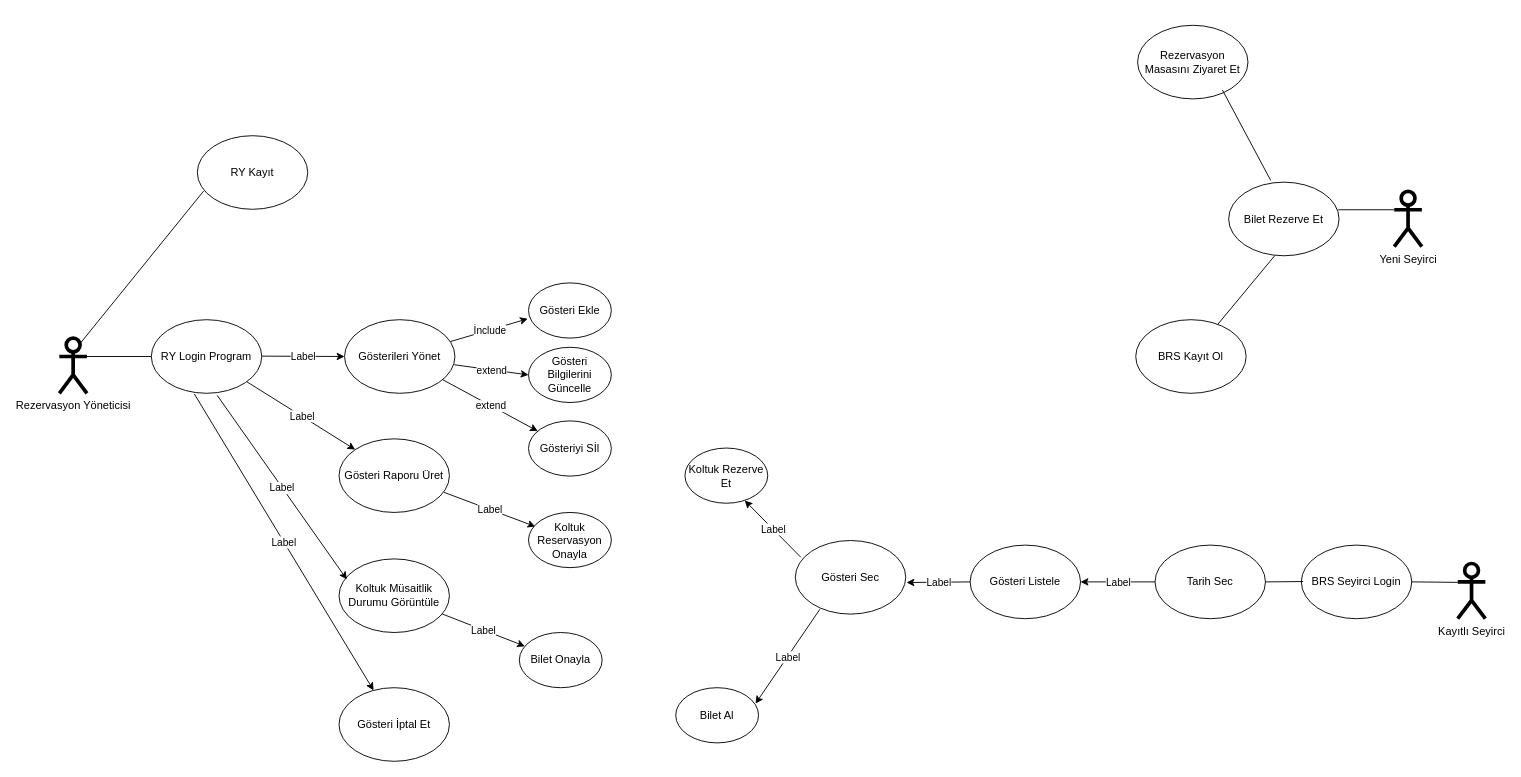
Before: TBS USE_CASE_DIAGRAM.drawio in hhasanguclu/use_case_diagram, a draw.io diagram. Source tidied: cells renumbered, new cells numbered last; positions are measured from the earlier drawing's top-left corner, leaving out a move shared by most shapes. Both pictures are drawn from the tidied source at 92%, with x=0, y=0 at pixel (59, 25).
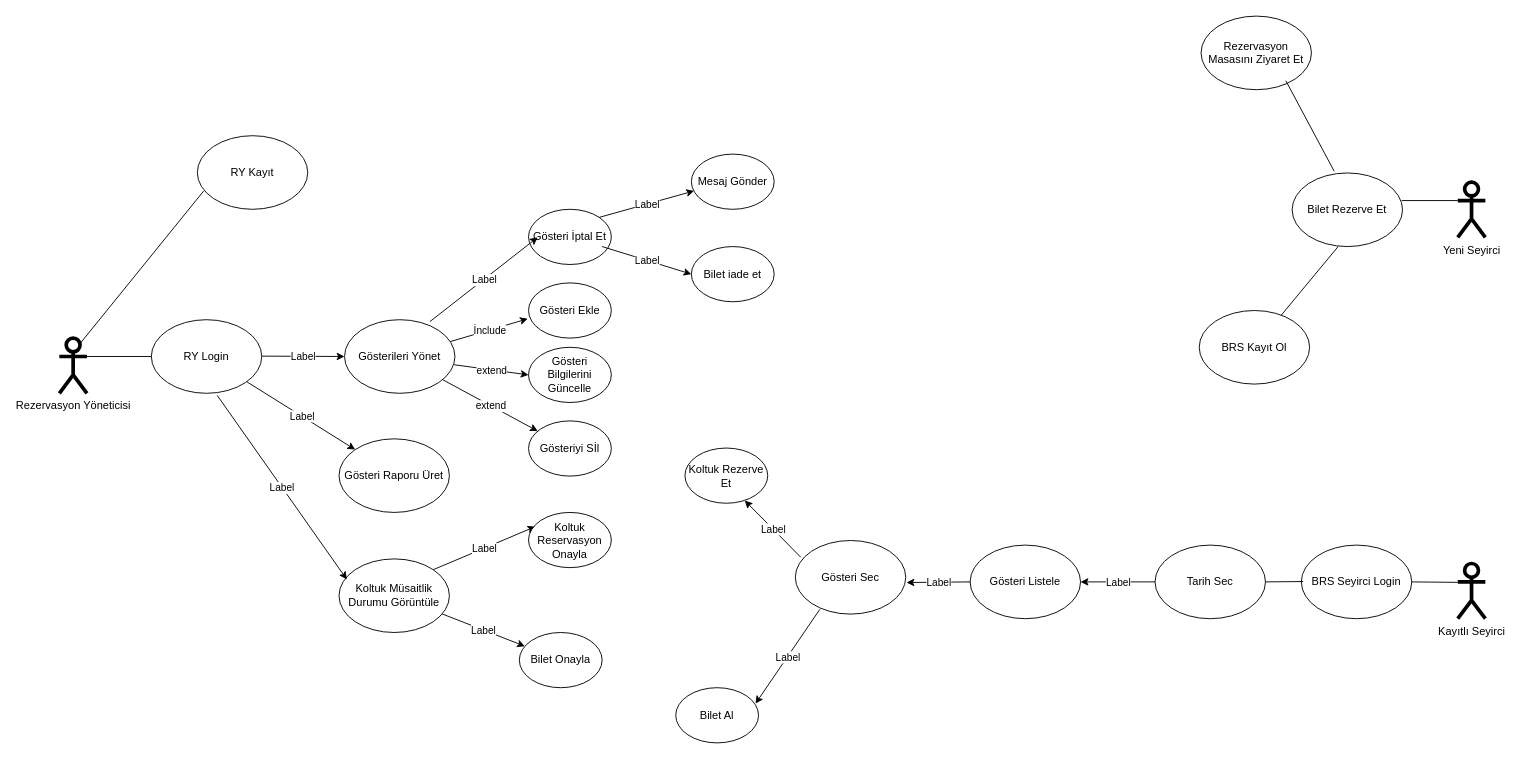
After the change.

The change refers to these unchanged cells:
```xml
<mxCell id="6" value="Gösterileri Yönet" style="ellipse;whiteSpace=wrap;html=1;" parent="1" vertex="1">
  <mxGeometry x="310" y="320" width="120" height="80" as="geometry" />
</mxCell>
<mxCell id="10" value="Gösteri Raporu Üret" style="ellipse;whiteSpace=wrap;html=1;" parent="1" vertex="1">
  <mxGeometry x="304" y="449.5" width="120" height="80" as="geometry" />
</mxCell>
<mxCell id="11" value="Koltuk Müsaitlik Durumu Görüntüle" style="ellipse;whiteSpace=wrap;html=1;" parent="1" vertex="1">
  <mxGeometry x="304" y="580" width="120" height="80" as="geometry" />
</mxCell>
<mxCell id="26" value="Koltuk Reservasyon Onayla" style="ellipse;whiteSpace=wrap;html=1;" parent="1" vertex="1">
  <mxGeometry x="510" y="529.5" width="90" height="60" as="geometry" />
</mxCell>
```

What changed in the source:
```diff
@@
-    <mxCell id="4" value="RY Login Program" style="ellipse;whiteSpace=wrap;html=1;" parent="1" vertex="1">
+    <mxCell id="4" value="RY Login" style="ellipse;whiteSpace=wrap;html=1;" parent="1" vertex="1">
       <mxGeometry x="100" y="320" width="120" height="80" as="geometry" />
     </mxCell>
@@
-    <mxCell id="21" value="Gösteri İptal Et" style="ellipse;whiteSpace=wrap;html=1;" parent="1" vertex="1">
-      <mxGeometry x="304" y="720" width="120" height="80" as="geometry" />
-    </mxCell>
     <mxCell id="22" value="Yeni Seyirci" style="shape=umlActor;verticalLabelPosition=bottom;verticalAlign=top;html=1;strokeWidth=4;" parent="1" vertex="1">
-      <mxGeometry x="1451" y="180.5" width="30" height="60" as="geometry" />
+      <mxGeometry x="1520" y="170.5" width="30" height="60" as="geometry" />
     </mxCell>
@@
-    <mxCell id="24" style="endArrow=classic;html=1;entryX=0.083;entryY=0.256;entryDx=0;entryDy=0;entryPerimeter=0;exitX=0.951;exitY=0.727;exitDx=0;exitDy=0;exitPerimeter=0;" parent="1" edge="1" source="10" target="26">
+    <mxCell id="24" style="endArrow=classic;html=1;entryX=0.083;entryY=0.256;entryDx=0;entryDy=0;entryPerimeter=0;exitX=1;exitY=0;exitDx=0;exitDy=0;" parent="1" edge="1" source="11" target="26">
       <mxGeometry relative="1" as="geometry" />
     </mxCell>
@@
-    <mxCell id="33" style="endArrow=classic;html=1;exitX=0.389;exitY=1.008;exitDx=0;exitDy=0;exitPerimeter=0;" parent="1" edge="1" source="4" target="21">
-      <mxGeometry relative="1" as="geometry" />
-    </mxCell>
-    <mxCell id="34" value="Label" style="edgeLabel;html=1;align=center;verticalAlign=middle;" parent="33" vertex="1">
-      <mxGeometry relative="1" as="geometry" />
-    </mxCell>
     <mxCell id="35" value="Bilet Rezerve Et" style="ellipse;whiteSpace=wrap;html=1;" parent="1" vertex="1">
-      <mxGeometry x="1271" y="170.5" width="120" height="80" as="geometry" />
+      <mxGeometry x="1340" y="160.5" width="120" height="80" as="geometry" />
     </mxCell>
     <mxCell id="36" style="endArrow=none;html=1;exitX=0.992;exitY=0.375;exitDx=0;exitDy=0;exitPerimeter=0;" parent="1" edge="1" source="35">
       <mxGeometry relative="1" as="geometry">
-        <mxPoint x="1451" y="200.5" as="targetPoint" />
+        <mxPoint x="1520" y="190.5" as="targetPoint" />
       </mxGeometry>
     </mxCell>
     <mxCell id="37" value="Rezervasyon Masasını Ziyaret Et" style="ellipse;whiteSpace=wrap;html=1;" parent="1" vertex="1">
-      <mxGeometry x="1172" width="120" height="80" as="geometry" />
+      <mxGeometry x="1241" y="-10" width="120" height="80" as="geometry" />
     </mxCell>
     <mxCell id="38" value="BRS Kayıt Ol" style="ellipse;whiteSpace=wrap;html=1;" parent="1" vertex="1">
-      <mxGeometry x="1170" y="320" width="120" height="80" as="geometry" />
+      <mxGeometry x="1239" y="310" width="120" height="80" as="geometry" />
     </mxCell>
     <mxCell id="39" style="endArrow=none;html=1;entryX=0.381;entryY=-0.023;entryDx=0;entryDy=0;entryPerimeter=0;exitX=0.943;exitY=0.748;exitDx=0;exitDy=0;exitPerimeter=0;" parent="1" edge="1" target="35">
       <mxGeometry relative="1" as="geometry">
-        <mxPoint x="1264.2" y="70.3" as="sourcePoint" />
+        <mxPoint x="1333.2" y="60.3" as="sourcePoint" />
       </mxGeometry>
     </mxCell>
     <mxCell id="40" style="endArrow=none;html=1;" parent="1" edge="1" source="38">
       <mxGeometry relative="1" as="geometry">
-        <mxPoint x="1321" y="250.5" as="targetPoint" />
+        <mxPoint x="1390" y="240.5" as="targetPoint" />
       </mxGeometry>
     </mxCell>
@@
+    <mxCell id="58" value="Mesaj Gönder" style="ellipse;whiteSpace=wrap;html=1;" parent="1" vertex="1">
+      <mxGeometry x="687" y="140" width="90" height="60" as="geometry" />
+    </mxCell>
+    <mxCell id="59" value="Bilet iade et" style="ellipse;whiteSpace=wrap;html=1;" parent="1" vertex="1">
+      <mxGeometry x="687" y="240.5" width="90" height="60" as="geometry" />
+    </mxCell>
+    <mxCell id="21" value="Gösteri İptal Et" style="ellipse;whiteSpace=wrap;html=1;" parent="1" vertex="1">
+      <mxGeometry x="510" y="200" width="90" height="60" as="geometry" />
+    </mxCell>
+    <mxCell id="60" style="endArrow=classic;html=1;entryX=0;entryY=0.5;entryDx=0;entryDy=0;exitX=0.774;exitY=0.025;exitDx=0;exitDy=0;exitPerimeter=0;" parent="1" edge="1" source="6">
+      <mxGeometry relative="1" as="geometry">
+        <mxPoint x="520" y="230.4" as="targetPoint" />
+      </mxGeometry>
+    </mxCell>
+    <mxCell id="61" value="Label" style="edgeLabel;html=1;align=center;verticalAlign=middle;" parent="60" vertex="1">
+      <mxGeometry relative="1" as="geometry" />
+    </mxCell>
+    <mxCell id="62" style="endArrow=classic;html=1;entryX=0;entryY=0.5;entryDx=0;entryDy=0;" parent="1" edge="1" target="59">
+      <mxGeometry relative="1" as="geometry">
+        <mxPoint x="590" y="240.5" as="sourcePoint" />
+      </mxGeometry>
+    </mxCell>
+    <mxCell id="63" value="Label" style="edgeLabel;html=1;align=center;verticalAlign=middle;" parent="62" vertex="1">
+      <mxGeometry relative="1" as="geometry" />
+    </mxCell>
+    <mxCell id="64" style="endArrow=classic;html=1;exitX=1;exitY=0;exitDx=0;exitDy=0;" parent="1" edge="1" source="21">
+      <mxGeometry relative="1" as="geometry">
+        <mxPoint x="690" y="180" as="targetPoint" />
+      </mxGeometry>
+    </mxCell>
+    <mxCell id="65" value="Label" style="edgeLabel;html=1;align=center;verticalAlign=middle;" parent="64" vertex="1">
+      <mxGeometry relative="1" as="geometry" />
+    </mxCell>
```
